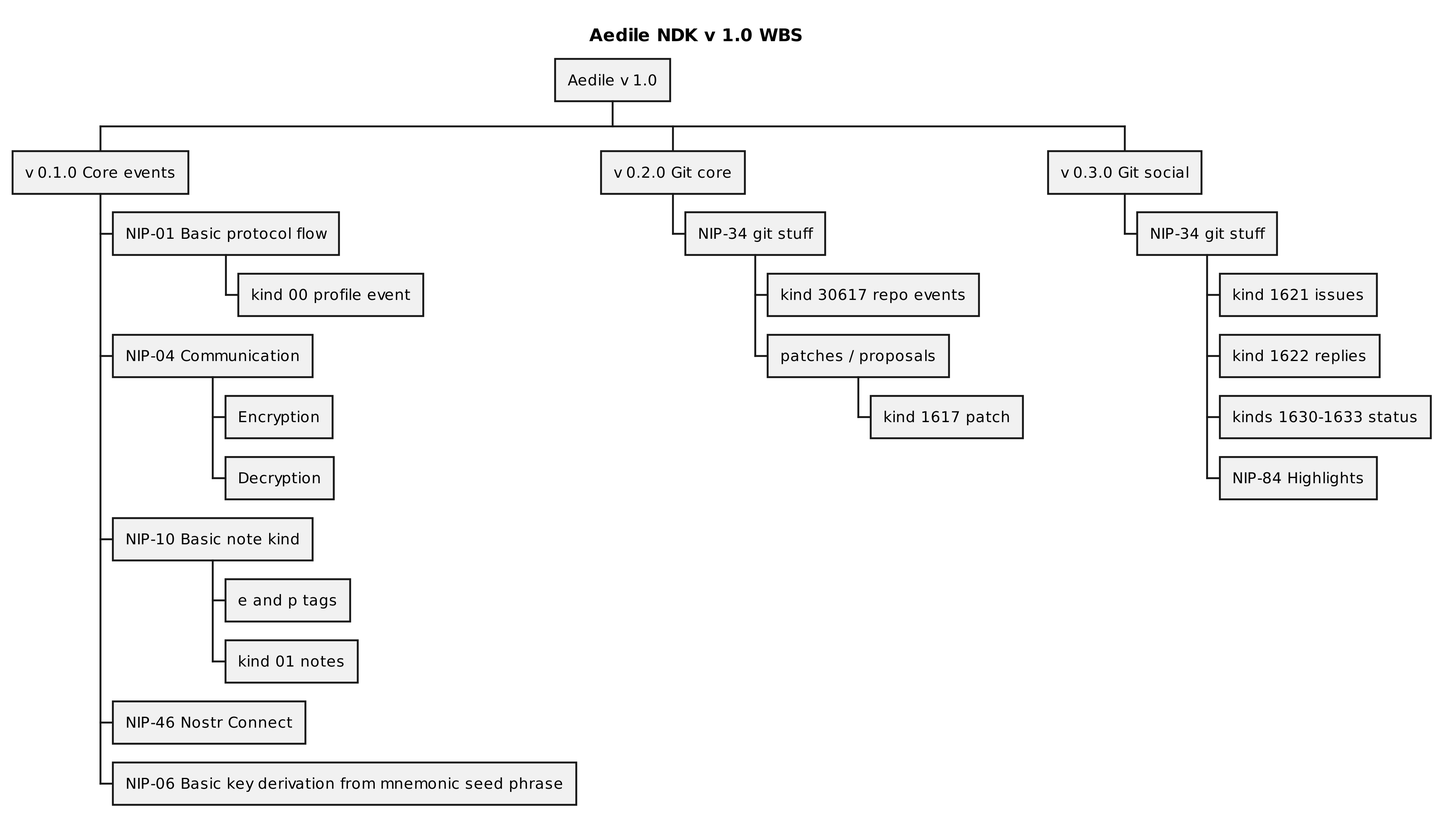
This is plantUML/Aedile/Aedile_v1.png from ShadowySupercode/gitcitadel, a PlantUML export, as it was before one commit.
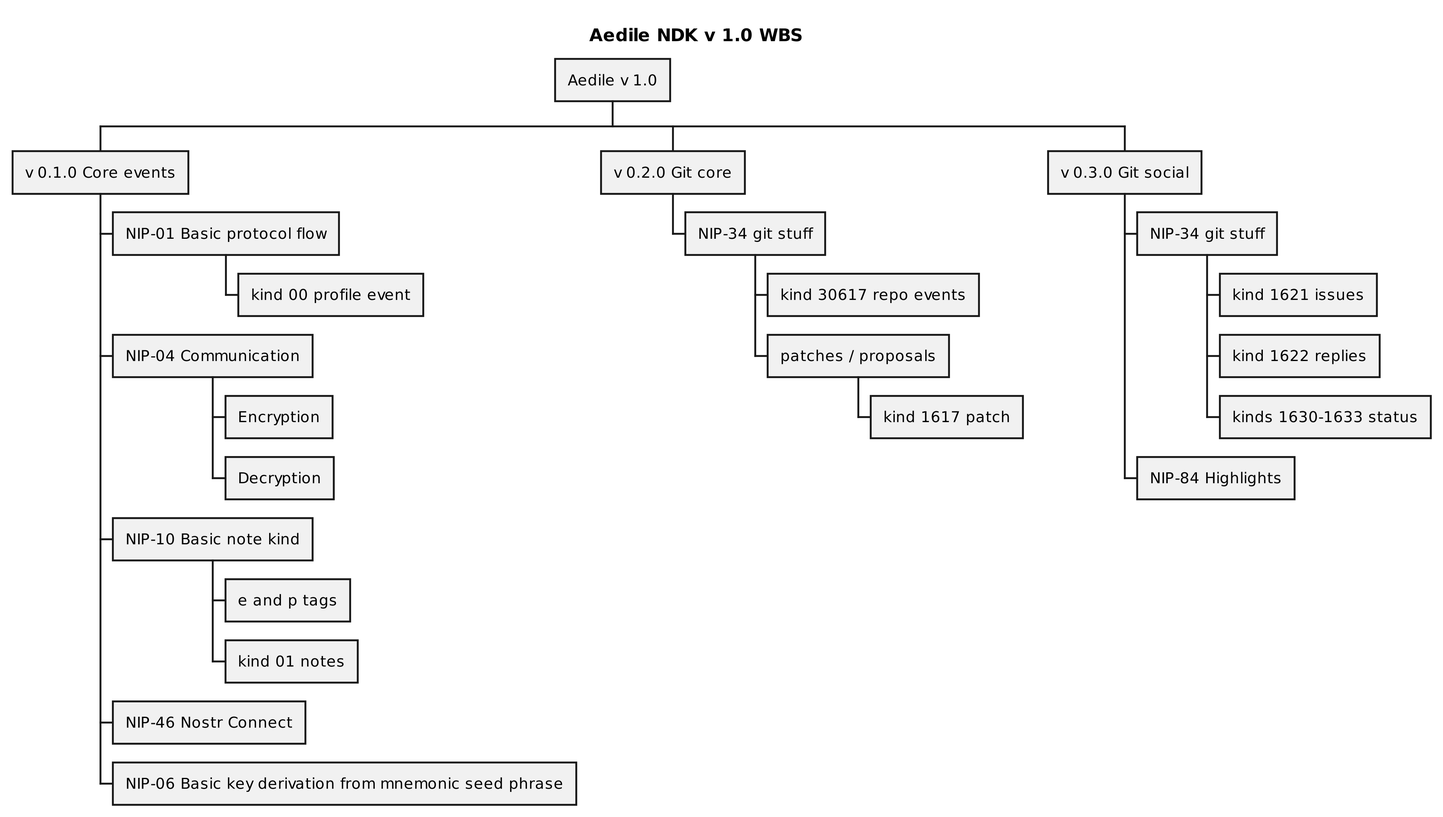
After the change.

What changed in the source:
```diff
@@ -28,6 +28,6 @@
 **** kind 1621 issues
 **** kind 1622 replies
 **** kinds 1630-1633 status
-**** NIP-84 Highlights
+*** NIP-84 Highlights
 
 @endwbs
```
